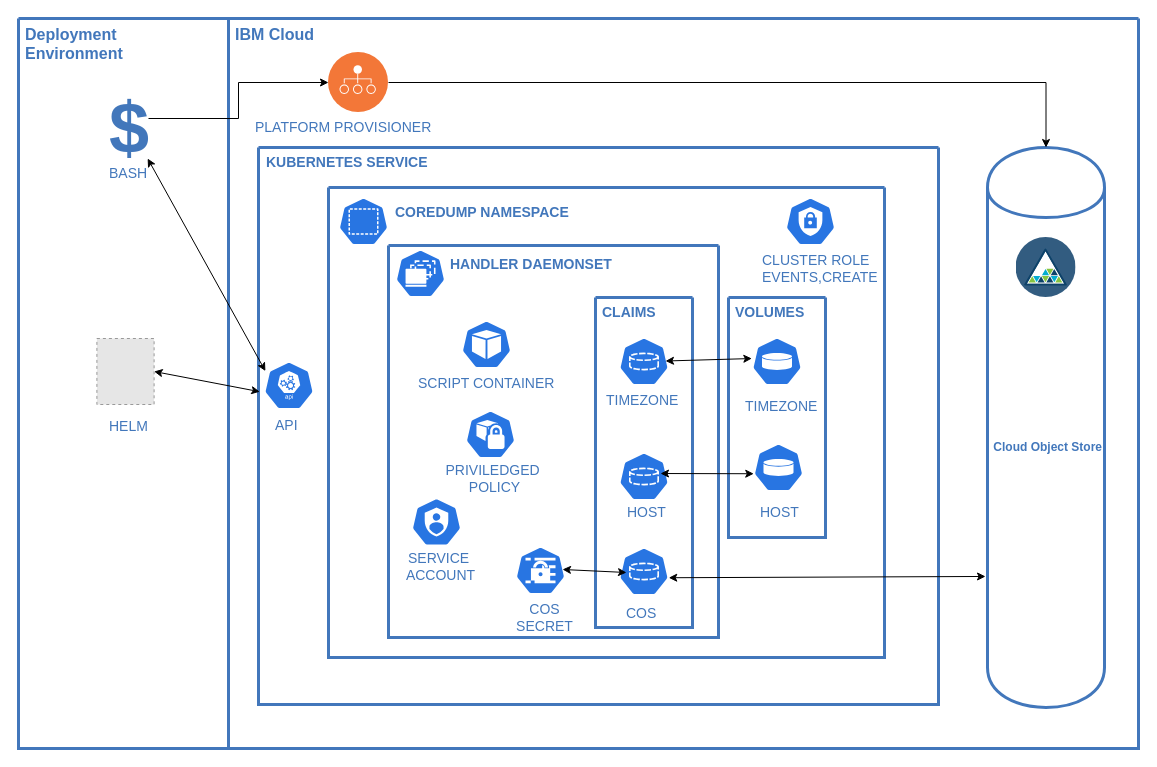
This is assets/topology.drawio from IBM/core-dump-handler, a draw.io file, before an edit. Source tidied: cells renumbered, new cells numbered last; positions are measured from the earlier drawing's top-left corner, leaving out a move shared by most shapes. Both pictures are drawn from the tidied source at 100%, with x=0, y=0 at pixel (18, 18). Pictures stored in the file or linked from it are replaced by grey dashed boxes.
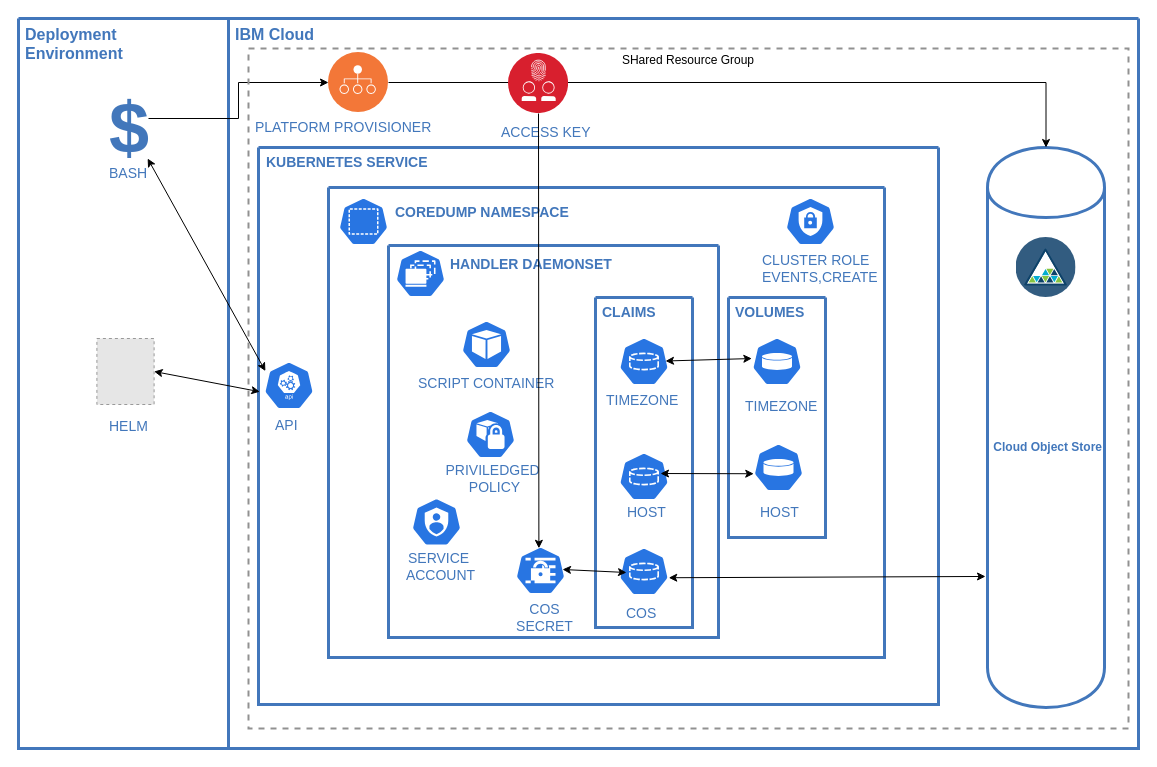
After the change.

Commit message (it also covers changes not shown here):
solved parse error for autocreate and updated diagram

Diff of the diagram source:
```diff
@@
+    <mxCell id="57" value="SHared Resource Group" style="fontStyle=0;verticalAlign=top;align=center;spacingTop=-2;fillColor=none;rounded=0;whiteSpace=wrap;html=1;strokeColor=#919191;strokeWidth=2;dashed=1;" parent="1" vertex="1">
+      <mxGeometry x="230" y="30" width="880" height="680" as="geometry" />
+    </mxCell>
+    <mxCell id="58" style="perimeter=ellipsePerimeter;html=1;align=center;shadow=0;dashed=0;fontColor=#4277BB;labelBackgroundColor=#ffffff;fontSize=12;spacingTop=3;image;image=img/lib/ibm/security/identity_access_management.svg;strokeColor=#6666FF;strokeWidth=3;" parent="57" vertex="1">
+      <mxGeometry x="260" y="5" width="60" height="60" as="geometry" />
+    </mxCell>
+    <mxCell id="59" value="ACCESS KEY" style="text;html=1;align=left;verticalAlign=top;fontColor=#4277BB;shadow=0;dashed=0;strokeColor=none;fillColor=none;labelBackgroundColor=none;fontStyle=0;fontSize=14;spacingLeft=5;" parent="57" vertex="1">
+      <mxGeometry x="246" y="69" width="350" height="30" as="geometry" />
+    </mxCell>
+    <mxCell id="60" style="html=1;labelBackgroundColor=#ffffff;startArrow=classic;startFill=1;startSize=6;endArrow=none;endFill=0;endSize=6;jettySize=auto;strokeWidth=1;fontSize=14;entryX=0.5;entryY=1;entryDx=0;entryDy=0;exitX=0.33;exitY=0.735;exitDx=0;exitDy=0;exitPerimeter=0;" parent="57" edge="1" source="57" target="58">
+      <mxGeometry relative="1" as="geometry" />
+    </mxCell>
```
